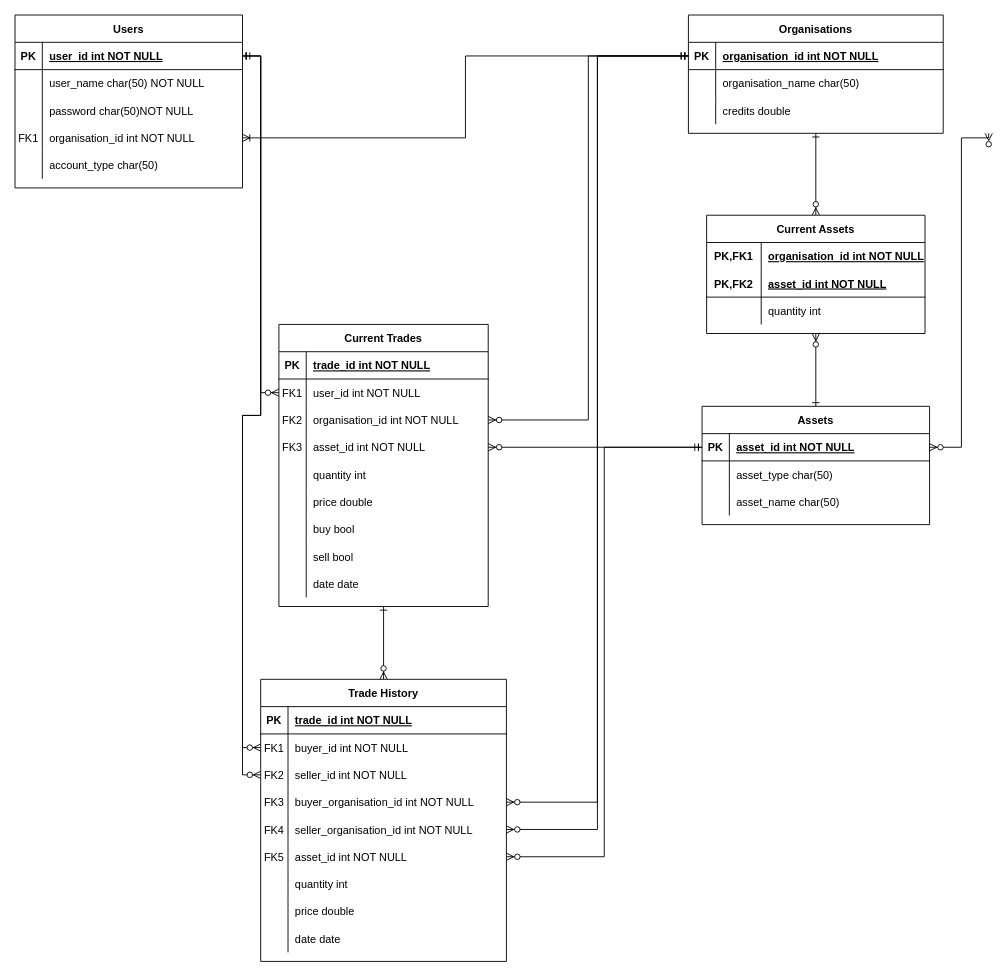
The draw.io diagram DatabaseDiagram.drawio in Coppertine/CAB302-Assignment, before the edit. Source tidied: cells renumbered, new cells numbered last; positions are measured from the earlier drawing's top-left corner, leaving out a move shared by most shapes. Both pictures are drawn from the tidied source at 91%, with x=0, y=0 at pixel (15, 15).
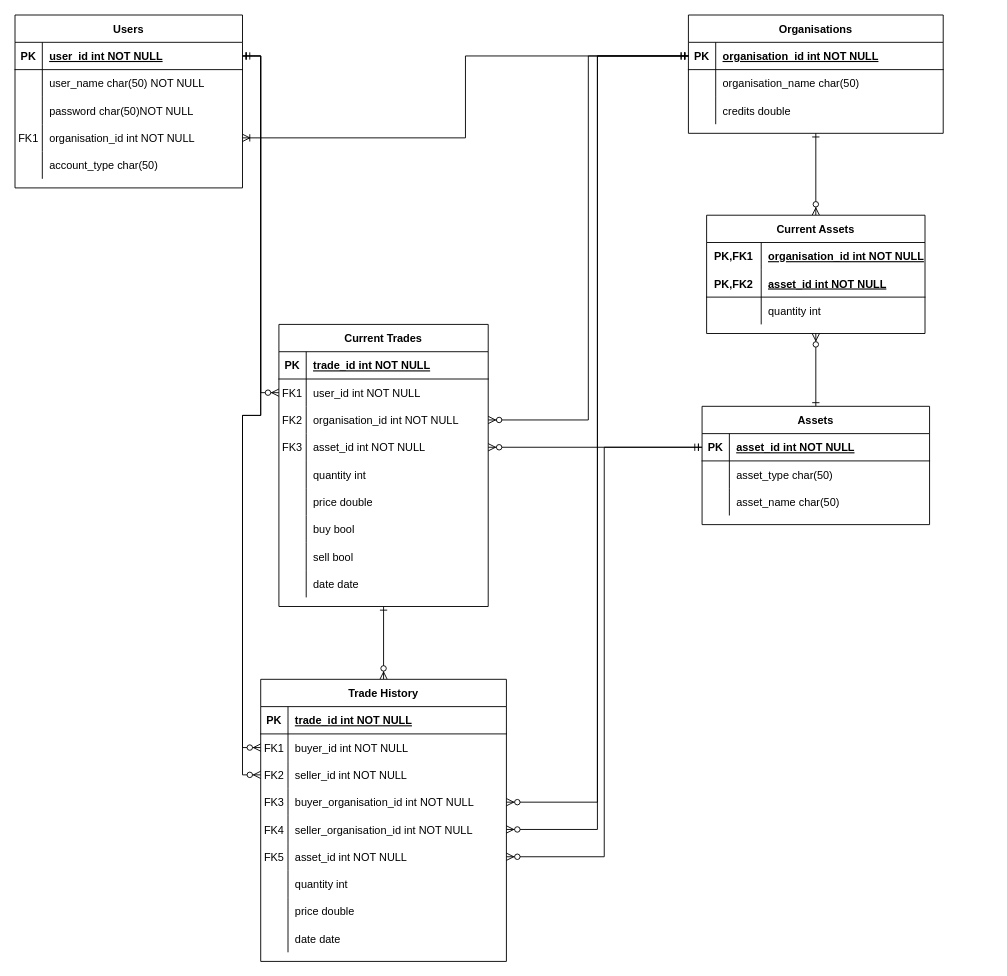
The same diagram, later.

The change refers to these unchanged cells:
```xml
<mxCell id="16" style="shape=partialRectangle;fillColor=none;points=[[0,0.5],[1,0.5]];portConstraint=eastwest;top=0;left=0;right=0;bottom=1;" parent="15" vertex="1">
  <mxGeometry y="30" width="250" height="30" as="geometry" />
</mxCell>
```

The edit, as a diff of the source:
```diff
@@
-    <mxCell id="101" style="edgeStyle=orthogonalEdgeStyle;rounded=0;jettySize=auto;html=1;startArrow=ERzeroToMany;startFill=1;endArrow=ERzeroToMany;endFill=1;entryX=1;entryY=0.5;entryDx=0;entryDy=0;" parent="1" edge="1" source="16">
-      <mxGeometry relative="1" as="geometry">
-        <mxPoint x="1070" y="130" as="targetPoint" />
-        <Array as="points">
-          <mxPoint x="1040" y="475" />
-          <mxPoint x="1040" y="135" />
-        </Array>
-      </mxGeometry>
-    </mxCell>
```
